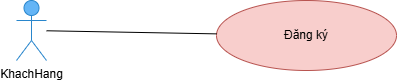
The draw.io diagram DIAGRAM/usecase-signup.png in MinhVy1324/Booking_Film, before a commit. Source tidied: cells renumbered, new cells last; positions are measured from the earlier drawing's top-left corner, leaving out a move shared by most shapes. The source it was exported from:
```xml
<mxGraphModel>
  <root>
    <mxCell id="0" />
    <mxCell id="1" parent="0" />
    <mxCell id="2" value="KhachHang" style="shape=umlActor;verticalLabelPosition=bottom;verticalAlign=top;html=1;outlineConnect=0;fillColor=#64b5f6;strokeColor=#2986cc;" parent="1" vertex="1">
      <mxGeometry width="30" height="60" as="geometry" />
    </mxCell>
    <mxCell id="3" value="Đăng ký" style="ellipse;whiteSpace=wrap;html=1;fillColor=#f8cecc;strokeColor=#b85450;" parent="1" vertex="1">
      <mxGeometry x="200" width="180" height="70" as="geometry" />
    </mxCell>
    <mxCell id="4" style="endArrow=none;html=1;rounded=0;" parent="1" edge="1" source="2" target="3">
      <mxGeometry relative="1" as="geometry" />
    </mxCell>
  </root>
</mxGraphModel>
```
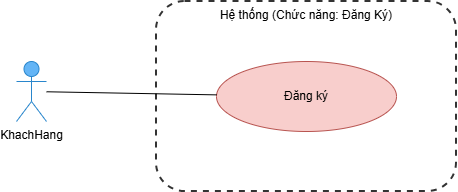
The same file after the commit.

Diff of the diagram source:
```diff
@@ -5,6 +5,9 @@
     <mxCell id="2" value="KhachHang" style="shape=umlActor;verticalLabelPosition=bottom;verticalAlign=top;html=1;outlineConnect=0;fillColor=#64b5f6;strokeColor=#2986cc;" parent="1" vertex="1">
       <mxGeometry width="30" height="60" as="geometry" />
     </mxCell>
+    <mxCell id="5" value="Hệ thống (Chức năng: Đăng Ký)" style="rounded=1;whiteSpace=wrap;html=1;dashed=1;strokeWidth=2;verticalAlign=top;fillColor=none;strokeColor=#333333;" parent="1" vertex="1">
+      <mxGeometry x="140" y="-60" width="300" height="190" as="geometry" />
+    </mxCell>
     <mxCell id="3" value="Đăng ký" style="ellipse;whiteSpace=wrap;html=1;fillColor=#f8cecc;strokeColor=#b85450;" parent="1" vertex="1">
       <mxGeometry x="200" width="180" height="70" as="geometry" />
     </mxCell>
```
